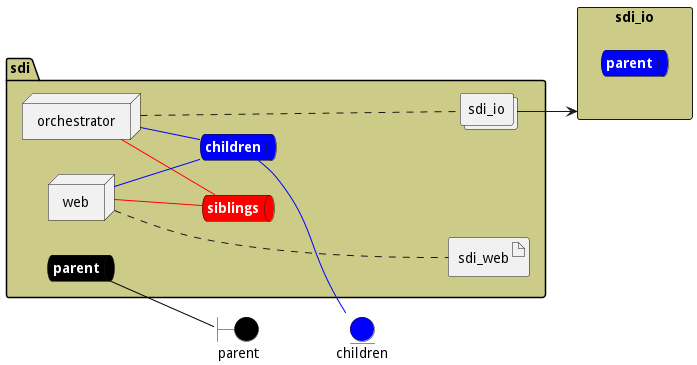
Before: docs/edgemere/sdi/envs/prod/deployment.png, a diagram exported from PlantUML (madajaju/edgemere).
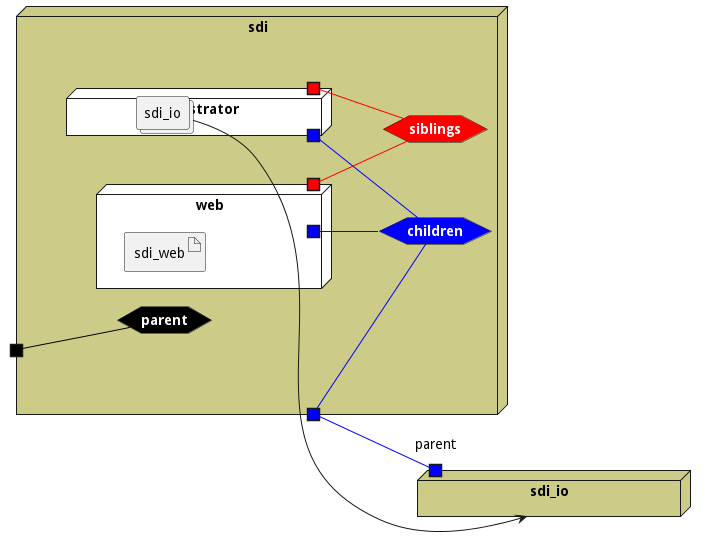
The same diagram one commit later.

Change to the diagram source:
```diff
@@ -3,57 +3,61 @@
 left to right direction
 
 
-boundary parent #black
 
 
-entity children #blue
-
-rectangle "sdi_io" as sdi_ioStack #cccc88 {
-    queue sdi_ioStacksnet #blue [
-        <b><color:white>parent</color></b>
-    ]
+node "sdi_io" as sdi_ioStack #cccc88 {
+    portin "parent" as sdi_ioStackPortIn #blue
 }
 
 
 
-package "sdi" #cccc88 {
-    queue parentnet #black [
+node "sdi" #cccc88 {
+
+
+    hexagon parentnet #black [
             <b><color:white>parent</color></b>
     ]
 
-    parentnet -[#black]- parent
+    portin " " as parentnetPortIn #black
+    parentnetPortIn -[#black]- parentnet
 
-    queue childrennet #blue [
+    hexagon childrennet #blue [
             <b><color:white>children</color></b>
     ]
 
-    childrennet -[#blue]- children
+    portout " " as childrennetPortOut #blue
+    childrennet -[#blue]- childrennetPortOut
 
-    queue siblingsnet #red [
+    hexagon siblingsnet #red [
             <b><color:white>siblings</color></b>
     ]
 
 
-node "orchestrator" as orchestratorService
-node "web" as webService
+node "orchestrator" as orchestratorService #white {
+    portOut " " as orchestratorServicechildrennet #blue
+   orchestratorServicechildrennet -[#blue]- childrennet
+       portOut " " as orchestratorServicesiblingsnet #red
+   orchestratorServicesiblingsnet -[#red]- siblingsnet
 
-        collections "sdi_io" as sdi_ioimage
+    collections "sdi_io" as sdi_ioimage
 
-        artifact "sdi_web" as sdi_webimage
+}
+node "web" as webService #white {
+    portOut " " as webServicechildrennet #blue
+   webServicechildrennet -[#blue]- childrennet
+       portOut " " as webServicesiblingsnet #red
+   webServicesiblingsnet -[#red]- siblingsnet
+
+
+    artifact "sdi_web" as sdi_webimage
 
 }
 
-orchestratorService -[#blue]- childrennet
-
-orchestratorService -[#red]- siblingsnet
-
-webService -[#blue]- childrennet
-
-webService -[#red]- siblingsnet
-orchestratorService .... sdi_ioimage
-webService .... sdi_webimage
+}
 
 sdi_ioimage --> sdi_ioStack
 
+    childrennetPortOut -[#blue]- sdi_ioStackPortIn
+
 
 @enduml
```
